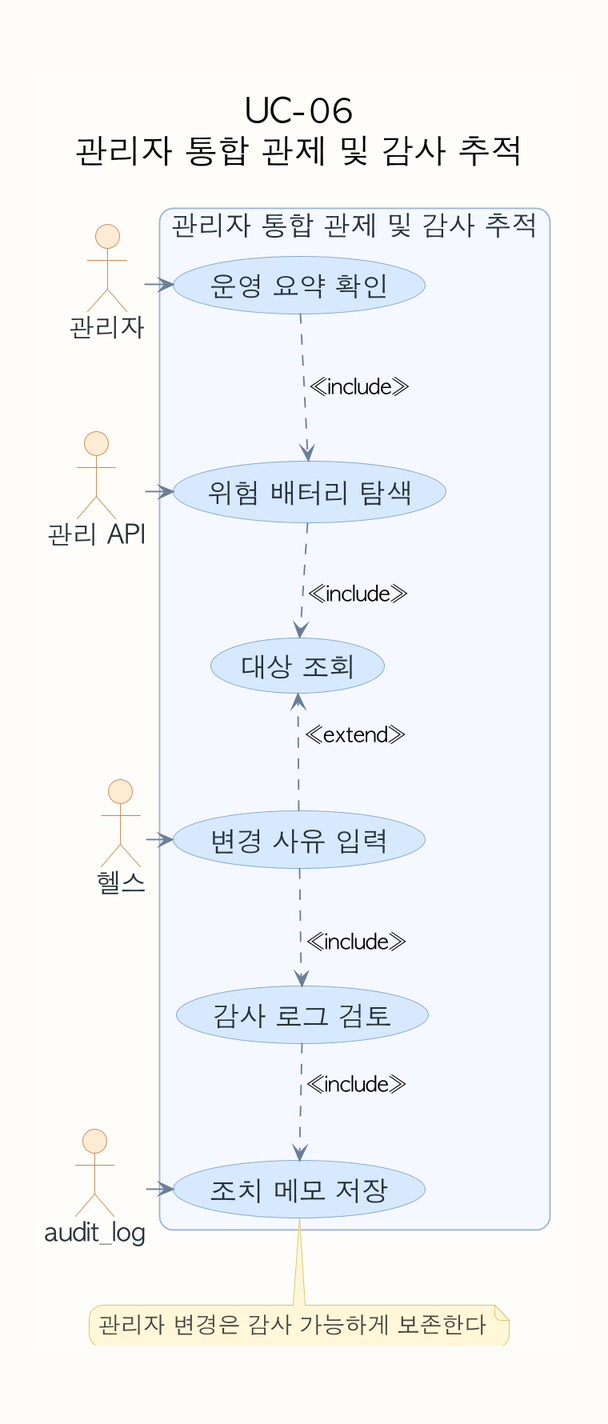
The PlantUML diagram assets/diagrams/usecase/uc-06-usecase.png in ricky30825-creator/BMS, before a commit. Its source is kept beside it as assets/diagrams/usecase/uc-06-usecase.puml.
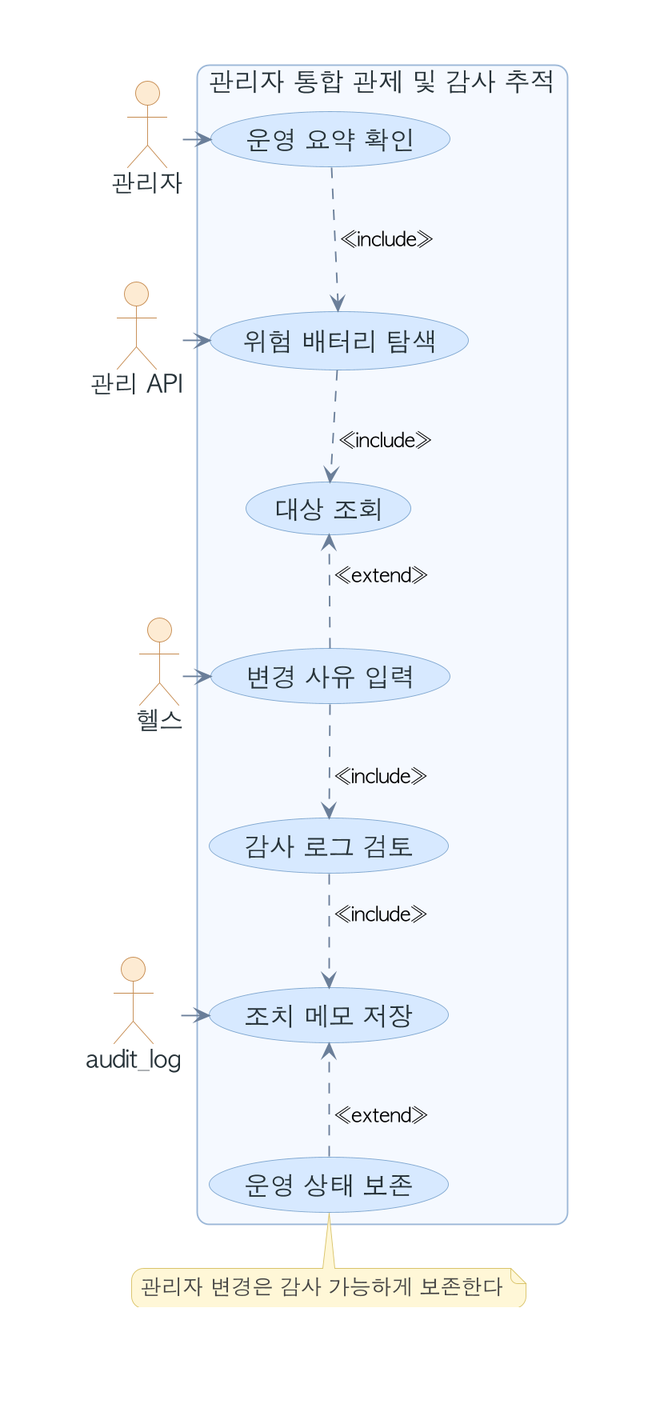
After the change.

The edit, as a diff of the source:
```diff
@@ -1,16 +1,15 @@
 @startuml
 !pragma layout smetana
-skinparam backgroundColor #FEFCF8
+skinparam backgroundColor transparent
 skinparam shadowing false
 skinparam dpi 180
 skinparam defaultFontName "AppleGothic"
-skinparam defaultFontSize 18
-skinparam TitleFontSize 22
-skinparam ActorFontSize 17
-skinparam UsecaseFontSize 18
-skinparam NoteFontSize 15
-skinparam ArrowFontSize 14
-skinparam roundcorner 18
+skinparam defaultFontSize 17
+skinparam ActorFontSize 16
+skinparam UsecaseFontSize 17
+skinparam NoteFontSize 14
+skinparam ArrowFontSize 13
+skinparam roundcorner 16
 skinparam usecase {
   BackgroundColor #F8FAFC
   BorderColor #8EA7C2
@@ -37,7 +36,6 @@
   BackgroundColor #D7E9FF
   BorderColor #7EA6CF
 }
-title UC-06\n관리자 통합 관제 및 감사 추적
 actor "관리자" as A
 actor "관리 API" as S1
 actor "헬스" as S2
@@ -49,12 +47,14 @@
   usecase "변경 사유 입력" as U4
   usecase "감사 로그 검토" as U5
   usecase "조치 메모 저장" as U6
+  usecase "운영 상태 보존" as U7
 }
 U1 -[hidden]down- U2
 U2 -[hidden]down- U3
 U3 -[hidden]down- U4
 U4 -[hidden]down- U5
 U5 -[hidden]down- U6
+U6 -[hidden]down- U7
 A -right-> U1
 S1 -left-> U2
 S2 -left-> U4
@@ -64,7 +64,8 @@
 U4 ..> U3 : <<extend>>
 U4 ..> U5 : <<include>>
 U5 ..> U6 : <<include>>
-note bottom of U6
+U7 ..> U6 : <<extend>>
+note bottom of U7
 관리자 변경은 감사 가능하게 보존한다
 end note
 @enduml
```
